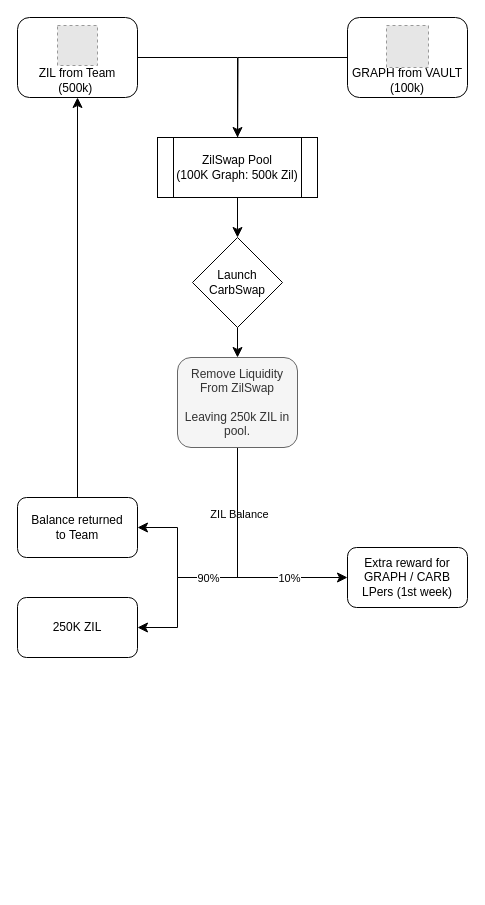
Before: carbswapflow.drawio in Carbon-Labs/Diagrams, a draw.io diagram. Source tidied: cells renumbered, new cells numbered last; positions are measured from the earlier drawing's top-left corner, leaving out a move shared by most shapes. Both pictures are drawn from the tidied source at 100%, with x=0, y=0 at pixel (17, 17). Pictures stored in the file or linked from it are replaced by grey dashed boxes.
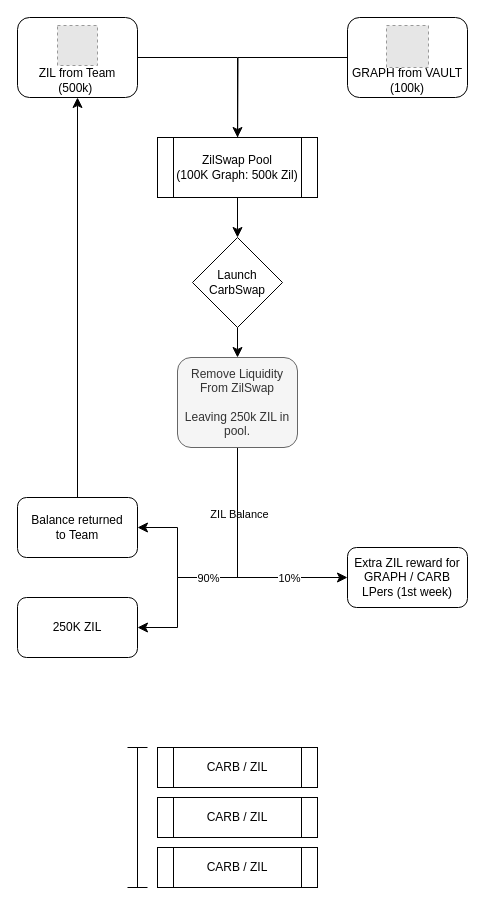
Above is the later version.

Diff of the diagram source:
```diff
@@
-    <mxCell id="19" value="Extra reward for GRAPH / CARB&lt;br&gt;LPers (1st week)" style="rounded=1;whiteSpace=wrap;html=1;verticalAlign=middle;" parent="1" vertex="1">
+    <mxCell id="19" value="Extra ZIL reward for GRAPH / CARB&lt;br&gt;LPers (1st week)" style="rounded=1;whiteSpace=wrap;html=1;verticalAlign=middle;" parent="1" vertex="1">
       <mxGeometry x="330" y="530" width="120" height="60" as="geometry" />
     </mxCell>
@@
+    <mxCell id="23" value="CARB / ZIL" style="shape=process;whiteSpace=wrap;html=1;backgroundOutline=1;" parent="1" vertex="1">
+      <mxGeometry x="140" y="730" width="160" height="40" as="geometry" />
+    </mxCell>
+    <mxCell id="24" value="CARB / ZIL" style="shape=process;whiteSpace=wrap;html=1;backgroundOutline=1;" parent="1" vertex="1">
+      <mxGeometry x="140" y="780" width="160" height="40" as="geometry" />
+    </mxCell>
+    <mxCell id="25" value="CARB / ZIL" style="shape=process;whiteSpace=wrap;html=1;backgroundOutline=1;" parent="1" vertex="1">
+      <mxGeometry x="140" y="830" width="160" height="40" as="geometry" />
+    </mxCell>
+    <mxCell id="26" style="shape=crossbar;whiteSpace=wrap;html=1;rounded=1;direction=south;verticalAlign=middle;" parent="1" vertex="1">
+      <mxGeometry x="110" y="730" width="20" height="140" as="geometry" />
+    </mxCell>
```
